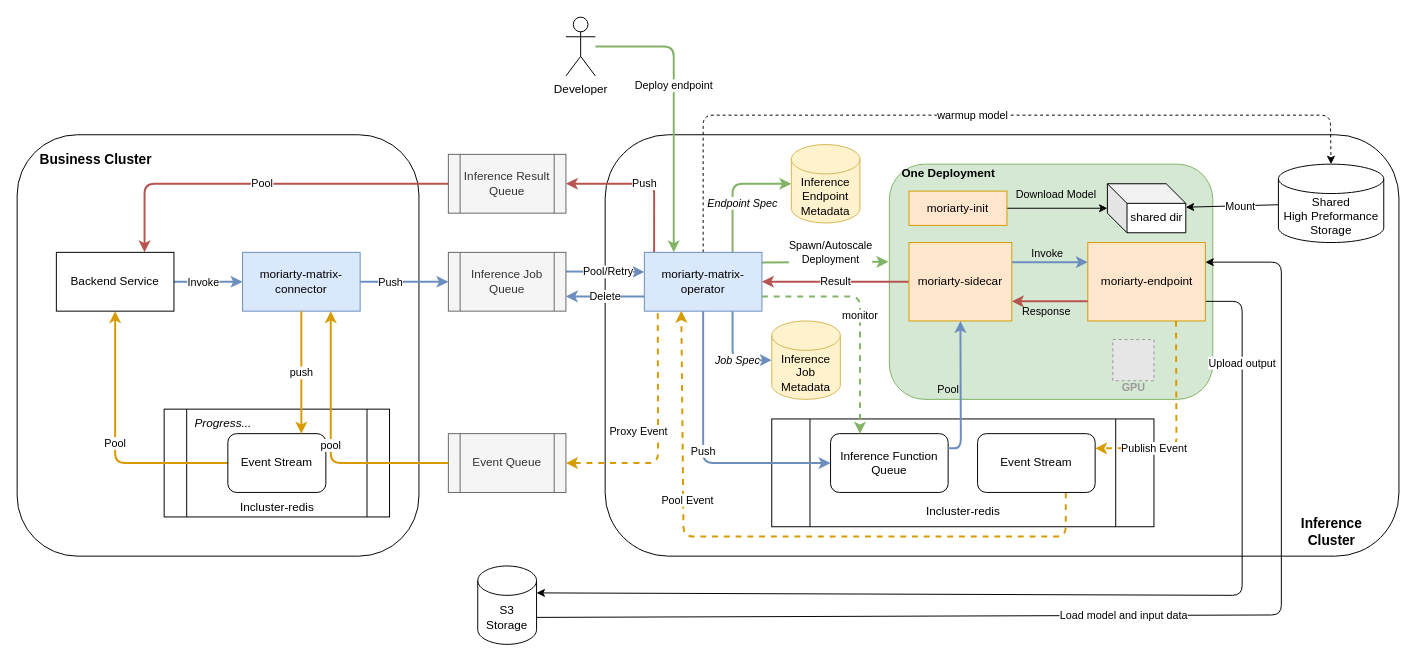
The draw.io diagram draw/Heterogeneous-inference-clusters.drawio in Wh1isper/wh1isper.github.io, before the edit. Source tidied: cells renumbered, new cells numbered last; positions are measured from the earlier drawing's top-left corner, leaving out a move shared by most shapes. Both pictures are drawn from the tidied source at 98%, with x=0, y=0 at pixel (17, 17). Pictures stored in the file or linked from it are replaced by grey dashed boxes.
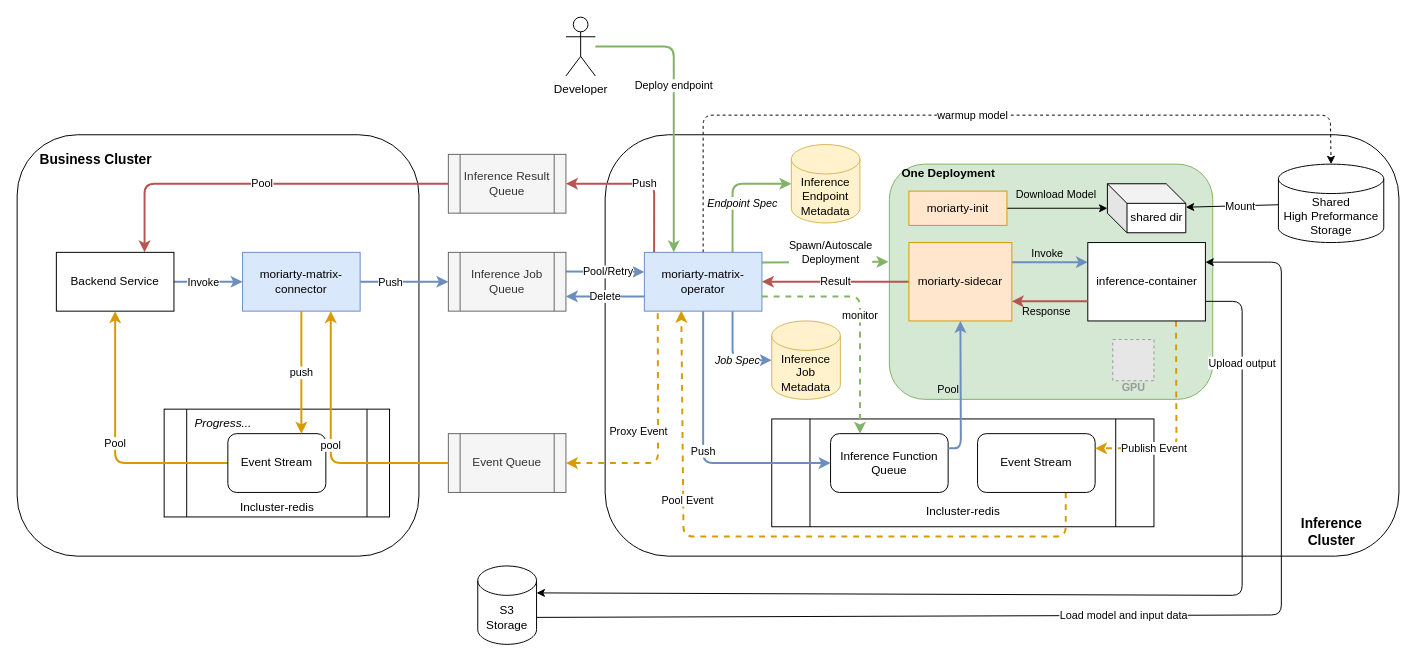
Above is the later version.

Change to the diagram source:
```diff
@@
-    <mxCell id="50" value="moriarty-endpoint" style="rounded=0;whiteSpace=wrap;html=1;fillColor=#ffe6cc;strokeColor=#d79b00;" parent="1" vertex="1">
+    <mxCell id="50" value="inference-container" style="rounded=0;whiteSpace=wrap;html=1;" parent="1" vertex="1">
       <mxGeometry x="1092.5" y="230" width="120" height="80" as="geometry" />
     </mxCell>
```
